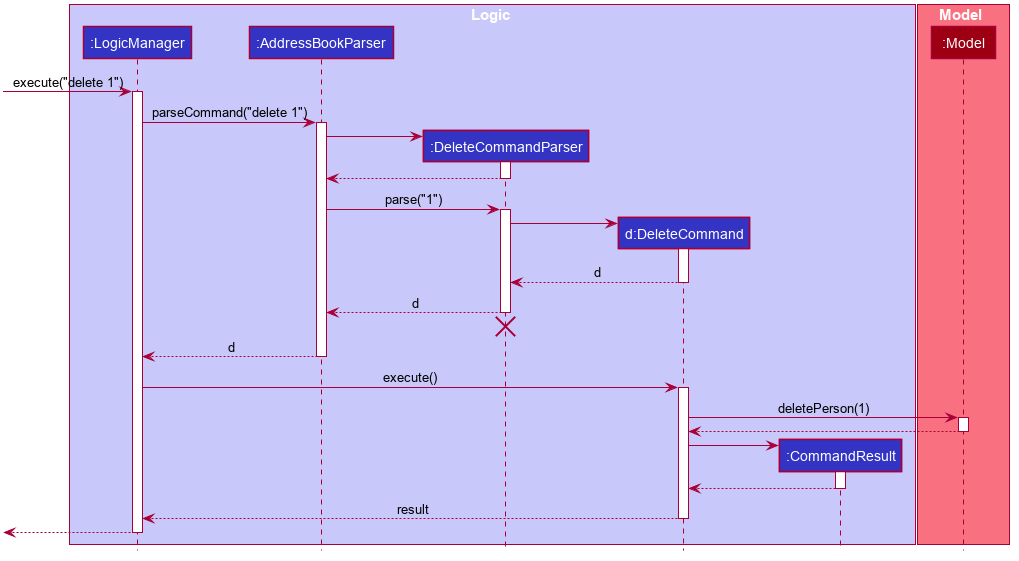
nus-cs2103-AY2223S2/tp keeps this PlantUML diagram as docs/images/DeleteSequenceDiagram.png. Above is the earlier version.
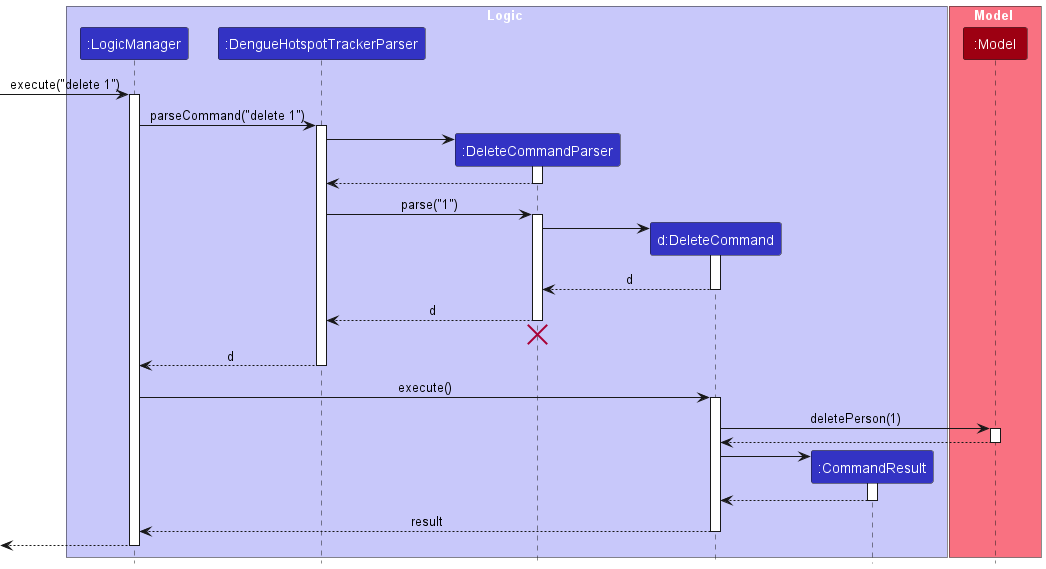
Later version of the same file.

Diff of the diagram source:
```diff
@@ -1,79 +1,32 @@
 @startuml
+!include style.puml
 
-
-
-
-
-
-
-
-skinparam BackgroundColor #FFFFFFF
-
-skinparam Shadowing false
-
-skinparam Class {
-    FontColor #FFFFFF
-    BorderThickness 1
-    BorderColor #FFFFFF
-    StereotypeFontColor #FFFFFF
-    FontName Arial
-}
-
-skinparam Actor {
-    BorderColor #000000
-    Color #000000
-    FontName Arial
-}
-
-skinparam Sequence {
-    MessageAlign center
-    BoxFontSize 15
-    BoxPadding 0
-    BoxFontColor #FFFFFF
-    FontName Arial
-}
-
-skinparam Participant {
-    FontColor #FFFFFFF
-    Padding 20
-}
-
-skinparam MinClassWidth 50
-skinparam ParticipantPadding 10
-skinparam Shadowing false
-skinparam DefaultTextAlignment center
-skinparam packageStyle Rectangle
-
-hide footbox
-hide members
-hide circle
-
-box Logic #C8C8FA
-participant ":LogicManager" as LogicManager #3333C4
-participant ":AddressBookParser" as AddressBookParser #3333C4
-participant ":DeleteCommandParser" as DeleteCommandParser #3333C4
-participant "d:DeleteCommand" as DeleteCommand #3333C4
-participant ":CommandResult" as CommandResult #3333C4
+box Logic LOGIC_COLOR_T1
+participant ":LogicManager" as LogicManager LOGIC_COLOR
+participant ":DengueHotspotTrackerParser" as DengueHotspotTrackerParser LOGIC_COLOR
+participant ":DeleteCommandParser" as DeleteCommandParser LOGIC_COLOR
+participant "d:DeleteCommand" as DeleteCommand LOGIC_COLOR
+participant ":CommandResult" as CommandResult LOGIC_COLOR
 end box
 
-box Model #F97181
-participant ":Model" as Model #9D0012
+box Model MODEL_COLOR_T1
+participant ":Model" as Model MODEL_COLOR
 end box
 
 [-> LogicManager : execute("delete 1")
 activate LogicManager
 
-LogicManager -> AddressBookParser : parseCommand("delete 1")
-activate AddressBookParser
+LogicManager -> DengueHotspotTrackerParser : parseCommand("delete 1")
+activate DengueHotspotTrackerParser
 
 create DeleteCommandParser
-AddressBookParser -> DeleteCommandParser
+DengueHotspotTrackerParser -> DeleteCommandParser
 activate DeleteCommandParser
 
-DeleteCommandParser --> AddressBookParser
+DeleteCommandParser --> DengueHotspotTrackerParser
 deactivate DeleteCommandParser
 
-AddressBookParser -> DeleteCommandParser : parse("1")
+DengueHotspotTrackerParser -> DeleteCommandParser : parse("1")
 activate DeleteCommandParser
 
 create DeleteCommand
@@ -83,13 +36,13 @@
 DeleteCommand --> DeleteCommandParser : d
 deactivate DeleteCommand
 
-DeleteCommandParser --> AddressBookParser : d
+DeleteCommandParser --> DengueHotspotTrackerParser : d
 deactivate DeleteCommandParser
-DeleteCommandParser -[hidden]-> AddressBookParser
+DeleteCommandParser -[hidden]-> DengueHotspotTrackerParser
 destroy DeleteCommandParser
 
-AddressBookParser --> LogicManager : d
-deactivate AddressBookParser
+DengueHotspotTrackerParser --> LogicManager : d
+deactivate DengueHotspotTrackerParser
 
 LogicManager -> DeleteCommand : execute()
 activate DeleteCommand
```
